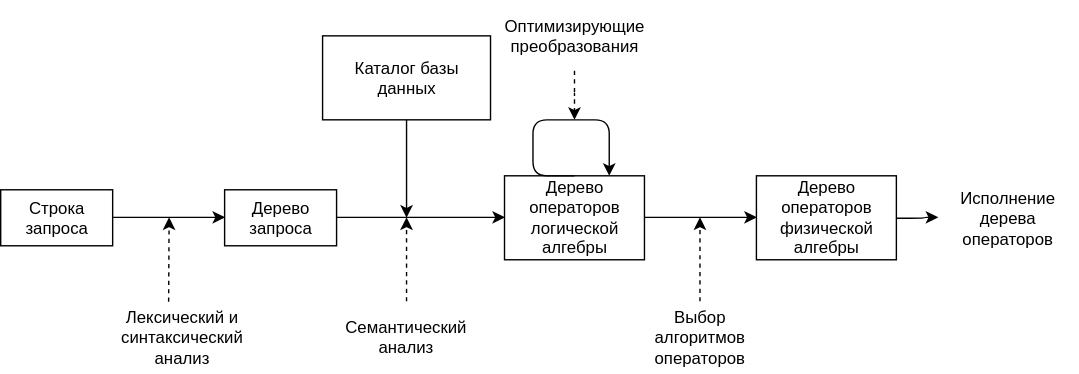
The draw.io diagram img/General SQL Intepreter Structure.svg in vkazanov/sql-interpreters-post, before a commit. Source tidied: cells renumbered, new cells last; positions are measured from the earlier drawing's top-left corner, leaving out a move shared by most shapes.
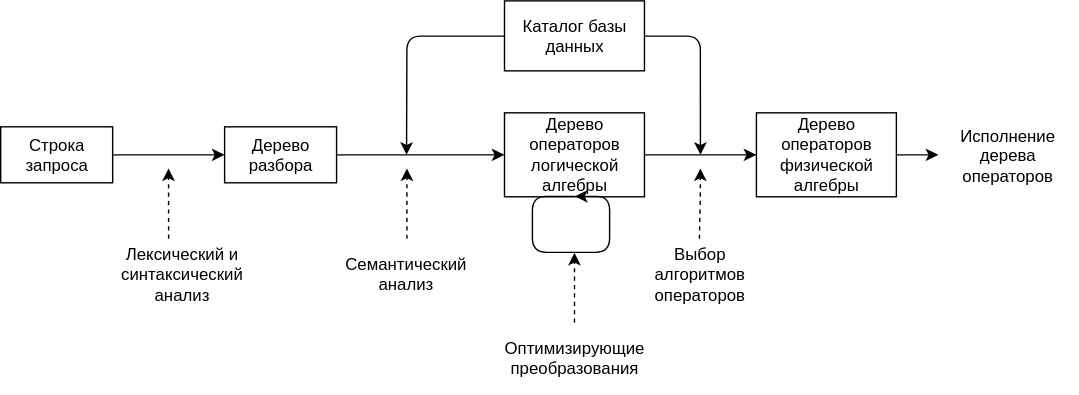
After the commit.

Change to the diagram source:
```diff
@@ -11,7 +11,7 @@
     <mxCell id="4" style="edgeStyle=orthogonalEdgeStyle;rounded=1;comic=0;jettySize=auto;html=1;exitX=1;exitY=0.5;exitDx=0;exitDy=0;entryX=0;entryY=0.5;entryDx=0;entryDy=0;" parent="1" edge="1" source="5" target="7">
       <mxGeometry relative="1" as="geometry" />
     </mxCell>
-    <mxCell id="5" value="Дерево запроса" style="rounded=0;whiteSpace=wrap;html=1;" parent="1" vertex="1">
+    <mxCell id="5" value="Дерево разбора" style="rounded=0;whiteSpace=wrap;html=1;" parent="1" vertex="1">
       <mxGeometry x="160" y="135" width="80" height="40" as="geometry" />
     </mxCell>
     <mxCell id="6" style="edgeStyle=orthogonalEdgeStyle;rounded=1;comic=0;jettySize=auto;html=1;exitX=1;exitY=0.5;exitDx=0;exitDy=0;entryX=0;entryY=0.5;entryDx=0;entryDy=0;" parent="1" edge="1" source="7" target="9">
@@ -31,9 +31,11 @@
         <mxPoint x="290" y="155" as="targetPoint" />
       </mxGeometry>
     </mxCell>
-    <mxCell id="11" value="Каталог базы данных" style="rounded=0;whiteSpace=wrap;html=1;" parent="1" vertex="1">
-      <mxGeometry x="230" y="25" width="120" height="60" as="geometry" />
-    </mxCell>
+    <mxCell id="22" style="edgeStyle=orthogonalEdgeStyle;rounded=1;comic=0;jettySize=auto;html=1;exitX=1;exitY=0.5;exitDx=0;exitDy=0;" parent="1" edge="1" source="11">
+      <mxGeometry relative="1" as="geometry">
+        <mxPoint x="500" y="155" as="targetPoint" />
+      </mxGeometry>
+    </mxCell>
     <mxCell id="12" value="Выбор алгоритмов операторов" style="text;html=1;strokeColor=none;fillColor=none;align=center;verticalAlign=middle;whiteSpace=wrap;rounded=0;" parent="1" vertex="1">
       <mxGeometry x="450" y="215" width="100" height="50" as="geometry" />
     </mxCell>
@@ -43,34 +45,36 @@
     <mxCell id="14" value="Семантический анализ" style="text;html=1;strokeColor=none;fillColor=none;align=center;verticalAlign=middle;whiteSpace=wrap;rounded=0;" parent="1" vertex="1">
       <mxGeometry x="240" y="215" width="100" height="50" as="geometry" />
     </mxCell>
-    <mxCell id="15" style="edgeStyle=segmentEdgeStyle;endArrow=classic;html=1;entryX=0.75;entryY=0;entryDx=0;entryDy=0;" parent="1" edge="1" target="7">
+    <mxCell id="15" style="edgeStyle=segmentEdgeStyle;endArrow=classic;html=1;entryX=0.5;entryY=1;entryDx=0;entryDy=0;" parent="1" edge="1" target="7">
       <mxGeometry relative="1" as="geometry">
-        <mxPoint x="410" y="125" as="sourcePoint" />
+        <mxPoint x="410" y="185" as="sourcePoint" />
         <Array as="points">
-          <mxPoint x="380" y="125" />
-          <mxPoint x="380" y="85" />
-          <mxPoint x="435" y="85" />
+          <mxPoint x="410" y="185" />
+          <mxPoint x="380" y="185" />
+          <mxPoint x="380" y="225" />
+          <mxPoint x="435" y="225" />
+          <mxPoint x="435" y="185" />
         </Array>
       </mxGeometry>
     </mxCell>
-    <mxCell id="16" style="edgeStyle=orthogonalEdgeStyle;rounded=1;comic=0;jettySize=auto;html=1;dashed=1;" parent="1" edge="1" source="17">
-      <mxGeometry relative="1" as="geometry">
-        <mxPoint x="410" y="85" as="targetPoint" />
-      </mxGeometry>
-    </mxCell>
+    <mxCell id="23" style="edgeStyle=orthogonalEdgeStyle;rounded=1;comic=0;jettySize=auto;html=1;dashed=1;" parent="1" edge="1" source="17">
+      <mxGeometry relative="1" as="geometry">
+        <mxPoint x="410" y="225" as="targetPoint" />
+      </mxGeometry>
+    </mxCell>
     <mxCell id="17" value="Оптимизирующие преобразования" style="text;html=1;strokeColor=none;fillColor=none;align=center;verticalAlign=middle;whiteSpace=wrap;rounded=0;" parent="1" vertex="1">
-      <mxGeometry x="360" width="100" height="50" as="geometry" />
+      <mxGeometry x="360" y="275" width="100" height="50" as="geometry" />
     </mxCell>
     <mxCell id="18" style="edgeStyle=segmentEdgeStyle;endArrow=classic;html=1;dashed=1;" parent="1" edge="1">
       <mxGeometry relative="1" as="geometry">
         <mxPoint x="120" y="215" as="sourcePoint" />
-        <mxPoint x="120" y="155" as="targetPoint" />
+        <mxPoint x="120" y="165" as="targetPoint" />
       </mxGeometry>
     </mxCell>
     <mxCell id="19" style="edgeStyle=segmentEdgeStyle;endArrow=classic;html=1;dashed=1;" parent="1" edge="1">
       <mxGeometry relative="1" as="geometry">
         <mxPoint x="499.5" y="215" as="sourcePoint" />
-        <mxPoint x="499.5" y="155" as="targetPoint" />
+        <mxPoint x="500" y="165" as="targetPoint" />
         <Array as="points">
           <mxPoint x="499.5" y="185" />
           <mxPoint x="499.5" y="185" />
@@ -80,7 +84,7 @@
     <mxCell id="20" style="edgeStyle=segmentEdgeStyle;endArrow=classic;html=1;dashed=1;" parent="1" edge="1">
       <mxGeometry relative="1" as="geometry">
         <mxPoint x="290" y="215" as="sourcePoint" />
-        <mxPoint x="290" y="155" as="targetPoint" />
+        <mxPoint x="290" y="165" as="targetPoint" />
         <Array as="points">
           <mxPoint x="290" y="185" />
           <mxPoint x="290" y="185" />
@@ -90,5 +94,8 @@
     <mxCell id="21" value="Исполнение дерева операторов" style="text;html=1;strokeColor=none;fillColor=none;align=center;verticalAlign=middle;whiteSpace=wrap;rounded=0;" parent="1" vertex="1">
       <mxGeometry x="670" y="130" width="100" height="50" as="geometry" />
     </mxCell>
+    <mxCell id="11" value="Каталог базы данных" style="rounded=0;whiteSpace=wrap;html=1;" parent="1" vertex="1">
+      <mxGeometry x="360" y="45" width="100" height="50" as="geometry" />
+    </mxCell>
   </root>
 </mxGraphModel>
```
